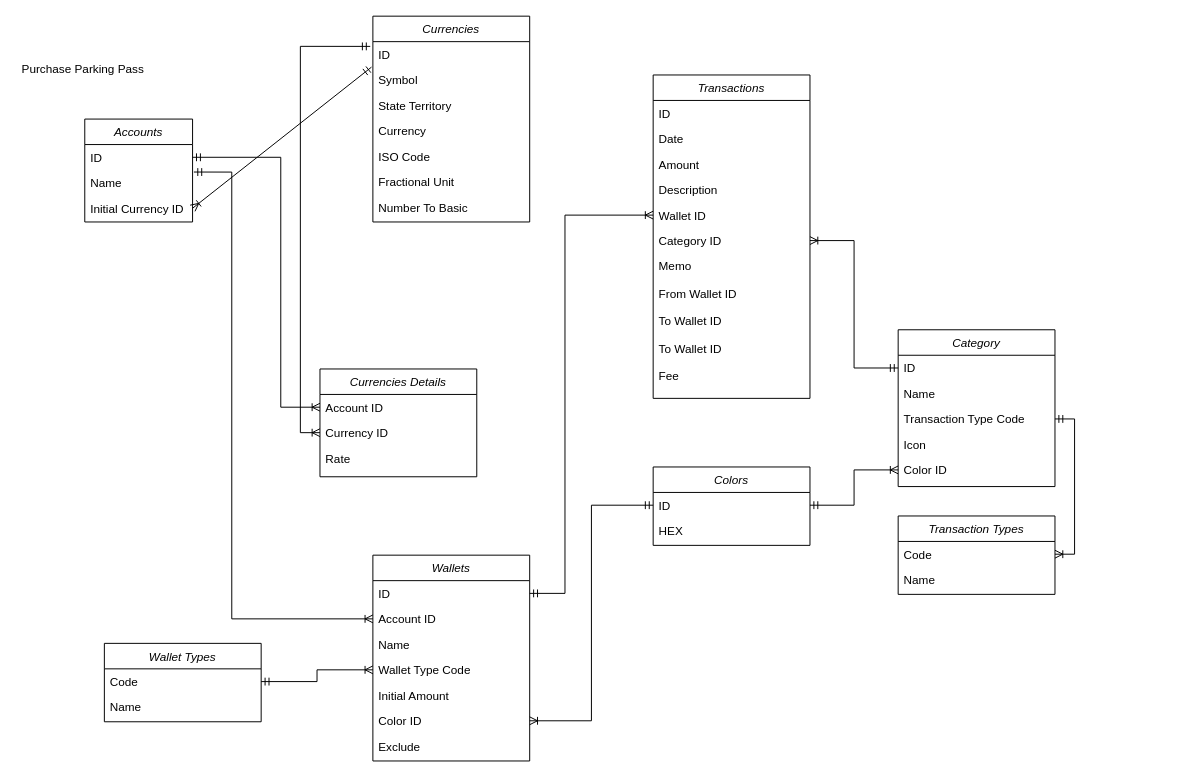
The draw.io diagram resources/images/Diagram.drawio in nguyentruongterabyte/BucketManagerBackend, before the edit. Source tidied: cells renumbered, new cells numbered last; positions are measured from the earlier drawing's top-left corner, leaving out a move shared by most shapes. Both pictures are drawn from the tidied source at 98%, with x=0, y=0 at pixel (16, 16).
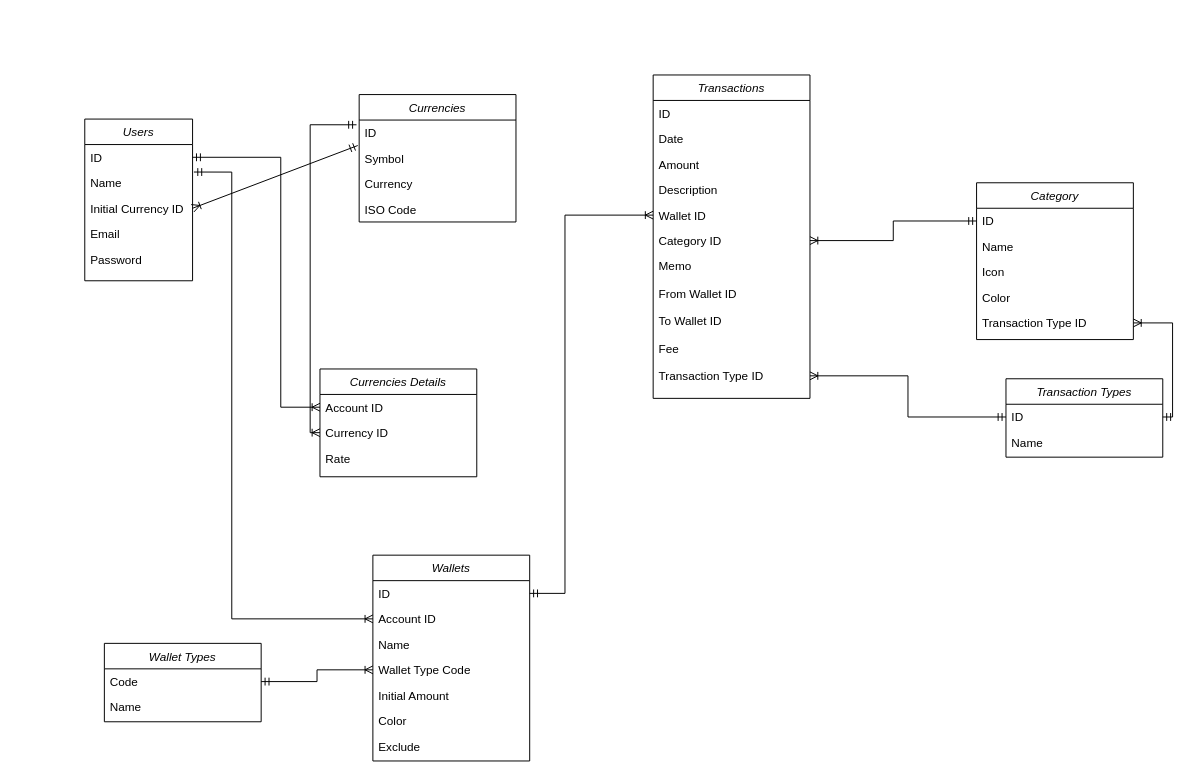
The same diagram, later.

The change refers to these unchanged cells:
```xml
<mxCell id="3" value="ID" style="text;align=left;verticalAlign=top;spacingLeft=4;spacingRight=4;overflow=hidden;points=[[0,0.5],[1,0.5]];portConstraint=eastwest;" parent="2" vertex="1">
  <mxGeometry y="26" width="160" height="26" as="geometry" />
</mxCell>
<mxCell id="11" value="Wallets" style="swimlane;fontStyle=2;align=center;verticalAlign=top;horizontal=1;startSize=26;rounded=0;shadow=0;strokeWidth=1;" parent="1" vertex="1">
  <mxGeometry x="364" y="550" width="160" height="210" as="geometry" />
</mxCell>
<mxCell id="35" value="Transactions" style="swimlane;fontStyle=2;align=center;verticalAlign=top;horizontal=1;startSize=26;rounded=0;shadow=0;strokeWidth=1;" parent="1" vertex="1">
  <mxGeometry x="650" y="60" width="160" height="330" as="geometry" />
</mxCell>
<mxCell id="53" value="Currency ID" style="text;align=left;verticalAlign=top;spacingLeft=4;spacingRight=4;overflow=hidden;points=[[0,0.5],[1,0.5]];portConstraint=eastwest;rounded=0;shadow=0;html=0;" parent="51" vertex="1">
  <mxGeometry y="52" width="160" height="26" as="geometry" />
</mxCell>
```

Change to the diagram source:
```diff
@@
     <mxCell id="2" value="Currencies&#10;" style="swimlane;fontStyle=2;align=center;verticalAlign=top;horizontal=1;startSize=26;rounded=0;shadow=0;strokeWidth=1;" parent="1" vertex="1">
-      <mxGeometry x="364" width="160" height="210" as="geometry" />
+      <mxGeometry x="350" y="80" width="160" height="130" as="geometry" />
     </mxCell>
@@
-    <mxCell id="5" value="State Territory" style="text;align=left;verticalAlign=top;spacingLeft=4;spacingRight=4;overflow=hidden;rounded=0;shadow=0;html=0;" parent="2" vertex="1">
-      <mxGeometry y="78" width="160" height="26" as="geometry" />
-    </mxCell>
     <mxCell id="6" value="Currency" style="text;align=left;verticalAlign=top;spacingLeft=4;spacingRight=4;overflow=hidden;rounded=0;shadow=0;html=0;" parent="2" vertex="1">
-      <mxGeometry y="104" width="160" height="26" as="geometry" />
+      <mxGeometry y="78" width="160" height="26" as="geometry" />
     </mxCell>
     <mxCell id="7" value="ISO Code" style="text;align=left;verticalAlign=top;spacingLeft=4;spacingRight=4;overflow=hidden;rounded=0;shadow=0;html=0;" parent="2" vertex="1">
-      <mxGeometry y="130" width="160" height="26" as="geometry" />
+      <mxGeometry y="104" width="160" height="26" as="geometry" />
     </mxCell>
-    <mxCell id="8" value="Fractional Unit" style="text;align=left;verticalAlign=top;spacingLeft=4;spacingRight=4;overflow=hidden;rounded=0;shadow=0;html=0;" parent="2" vertex="1">
-      <mxGeometry y="156" width="160" height="26" as="geometry" />
-    </mxCell>
-    <mxCell id="9" value="Number To Basic" style="text;align=left;verticalAlign=top;spacingLeft=4;spacingRight=4;overflow=hidden;rounded=0;shadow=0;html=0;" parent="2" vertex="1">
-      <mxGeometry y="182" width="160" height="26" as="geometry" />
-    </mxCell>
-    <mxCell id="10" value="Purchase Parking Pass" style="text;align=left;verticalAlign=top;spacingLeft=4;spacingRight=4;overflow=hidden;" parent="1" vertex="1">
-      <mxGeometry y="40" width="160" height="40" as="geometry" />
-    </mxCell>
@@
-    <mxCell id="17" value="Color ID" style="text;align=left;verticalAlign=top;spacingLeft=4;spacingRight=4;overflow=hidden;points=[[0,0.5],[1,0.5]];portConstraint=eastwest;rounded=0;shadow=0;html=0;" parent="11" vertex="1">
+    <mxCell id="17" value="Color" style="text;align=left;verticalAlign=top;spacingLeft=4;spacingRight=4;overflow=hidden;points=[[0,0.5],[1,0.5]];portConstraint=eastwest;rounded=0;shadow=0;html=0;" parent="11" vertex="1">
       <mxGeometry y="156" width="160" height="26" as="geometry" />
     </mxCell>
@@
-    <mxCell id="22" value="Accounts" style="swimlane;fontStyle=2;align=center;verticalAlign=top;horizontal=1;startSize=26;rounded=0;shadow=0;strokeWidth=1;" parent="1" vertex="1">
-      <mxGeometry x="70" y="105" width="110" height="105" as="geometry" />
+    <mxCell id="22" value="Users&#10;" style="swimlane;fontStyle=2;align=center;verticalAlign=top;horizontal=1;startSize=26;rounded=0;shadow=0;strokeWidth=1;" parent="1" vertex="1">
+      <mxGeometry x="70" y="105" width="110" height="165" as="geometry" />
     </mxCell>
@@
+    <mxCell id="64" value="Email" style="text;align=left;verticalAlign=top;spacingLeft=4;spacingRight=4;overflow=hidden;rounded=0;shadow=0;html=0;" parent="22" vertex="1">
+      <mxGeometry y="104" width="110" height="26" as="geometry" />
+    </mxCell>
+    <mxCell id="65" value="Password" style="text;align=left;verticalAlign=top;spacingLeft=4;spacingRight=4;overflow=hidden;rounded=0;shadow=0;html=0;" parent="22" vertex="1">
+      <mxGeometry y="130" width="110" height="26" as="geometry" />
+    </mxCell>
     <mxCell id="26" value="Category" style="swimlane;fontStyle=2;align=center;verticalAlign=top;horizontal=1;startSize=26;rounded=0;shadow=0;strokeWidth=1;" parent="1" vertex="1">
-      <mxGeometry x="900" y="320" width="160" height="160" as="geometry" />
+      <mxGeometry x="980" y="170" width="160" height="160" as="geometry" />
     </mxCell>
@@
-    <mxCell id="29" value="Transaction Type Code" style="text;align=left;verticalAlign=top;spacingLeft=4;spacingRight=4;overflow=hidden;points=[[0,0.5],[1,0.5]];portConstraint=eastwest;rounded=0;shadow=0;html=0;" parent="26" vertex="1">
-      <mxGeometry y="78" width="160" height="26" as="geometry" />
-    </mxCell>
     <mxCell id="30" value="Icon" style="text;align=left;verticalAlign=top;spacingLeft=4;spacingRight=4;overflow=hidden;rounded=0;shadow=0;html=0;" parent="26" vertex="1">
-      <mxGeometry y="104" width="160" height="26" as="geometry" />
+      <mxGeometry y="78" width="160" height="26" as="geometry" />
     </mxCell>
-    <mxCell id="31" value="Color ID" style="text;align=left;verticalAlign=top;spacingLeft=4;spacingRight=4;overflow=hidden;points=[[0,0.5],[1,0.5]];portConstraint=eastwest;rounded=0;shadow=0;html=0;" parent="26" vertex="1">
-      <mxGeometry y="130" width="160" height="26" as="geometry" />
+    <mxCell id="31" value="Color&#10;" style="text;align=left;verticalAlign=top;spacingLeft=4;spacingRight=4;overflow=hidden;points=[[0,0.5],[1,0.5]];portConstraint=eastwest;rounded=0;shadow=0;html=0;" parent="26" vertex="1">
+      <mxGeometry y="104" width="160" height="26" as="geometry" />
     </mxCell>
-    <mxCell id="32" value="Colors" style="swimlane;fontStyle=2;align=center;verticalAlign=top;horizontal=1;startSize=26;rounded=0;shadow=0;strokeWidth=1;" parent="1" vertex="1">
-      <mxGeometry x="650" y="460" width="160" height="80" as="geometry" />
-    </mxCell>
-    <mxCell id="33" value="ID" style="text;align=left;verticalAlign=top;spacingLeft=4;spacingRight=4;overflow=hidden;points=[[0,0.5],[1,0.5]];portConstraint=eastwest;" parent="32" vertex="1">
-      <mxGeometry y="26" width="160" height="26" as="geometry" />
-    </mxCell>
-    <mxCell id="34" value="HEX" style="text;align=left;verticalAlign=top;spacingLeft=4;spacingRight=4;overflow=hidden;rounded=0;shadow=0;html=0;" parent="32" vertex="1">
-      <mxGeometry y="52" width="160" height="26" as="geometry" />
-    </mxCell>
+    <mxCell id="66" value="Transaction Type ID" style="text;align=left;verticalAlign=top;spacingLeft=4;spacingRight=4;overflow=hidden;points=[[0,0.5],[1,0.5]];portConstraint=eastwest;rounded=0;shadow=0;html=0;" parent="26" vertex="1">
+      <mxGeometry y="130" width="160" height="26" as="geometry" />
+    </mxCell>
@@
-    <mxCell id="45" value="To Wallet ID" style="text;align=left;verticalAlign=top;spacingLeft=4;spacingRight=4;overflow=hidden;rounded=0;shadow=0;html=0;" parent="35" vertex="1">
-      <mxGeometry y="266" width="160" height="28" as="geometry" />
-    </mxCell>
     <mxCell id="46" value="Fee" style="text;align=left;verticalAlign=top;spacingLeft=4;spacingRight=4;overflow=hidden;rounded=0;shadow=0;html=0;" parent="35" vertex="1">
-      <mxGeometry y="294" width="160" height="28" as="geometry" />
+      <mxGeometry y="266" width="160" height="28" as="geometry" />
     </mxCell>
+    <mxCell id="29" value="Transaction Type ID" style="text;align=left;verticalAlign=top;spacingLeft=4;spacingRight=4;overflow=hidden;points=[[0,0.5],[1,0.5]];portConstraint=eastwest;rounded=0;shadow=0;html=0;" parent="35" vertex="1">
+      <mxGeometry y="294" width="160" height="26" as="geometry" />
+    </mxCell>
     <mxCell id="47" value="Transaction Types" style="swimlane;fontStyle=2;align=center;verticalAlign=top;horizontal=1;startSize=26;rounded=0;shadow=0;strokeWidth=1;" parent="1" vertex="1">
-      <mxGeometry x="900" y="510" width="160" height="80" as="geometry" />
+      <mxGeometry x="1010" y="370" width="160" height="80" as="geometry" />
     </mxCell>
-    <mxCell id="48" value="Code" style="text;align=left;verticalAlign=top;spacingLeft=4;spacingRight=4;overflow=hidden;points=[[0,0.5],[1,0.5]];portConstraint=eastwest;" parent="47" vertex="1">
+    <mxCell id="48" value="ID" style="text;align=left;verticalAlign=top;spacingLeft=4;spacingRight=4;overflow=hidden;points=[[0,0.5],[1,0.5]];portConstraint=eastwest;" parent="47" vertex="1">
       <mxGeometry y="26" width="160" height="26" as="geometry" />
     </mxCell>
@@
-    <mxCell id="50" style="edgeStyle=elbowEdgeStyle;fontSize=12;html=1;endArrow=ERoneToMany;startArrow=ERmandOne;rounded=0;exitX=1;exitY=0.5;exitDx=0;exitDy=0;entryX=1;entryY=0.5;entryDx=0;entryDy=0;" parent="1" edge="1" source="29" target="48">
-      <mxGeometry relative="1" as="geometry">
-        <Array as="points">
-          <mxPoint x="1080" y="510" />
-        </Array>
-      </mxGeometry>
-    </mxCell>
@@
-    <mxCell id="58" style="fontSize=12;html=1;endArrow=ERoneToMany;startArrow=ERmandOne;rounded=0;elbow=vertical;entryX=1;entryY=0.5;entryDx=0;entryDy=0;exitX=0;exitY=0.5;exitDx=0;exitDy=0;edgeStyle=orthogonalEdgeStyle;" parent="1" edge="1" source="33" target="17">
-      <mxGeometry relative="1" as="geometry" />
-    </mxCell>
-    <mxCell id="59" style="fontSize=12;html=1;endArrow=ERoneToMany;startArrow=ERmandOne;rounded=0;elbow=vertical;exitX=1;exitY=0.5;exitDx=0;exitDy=0;entryX=0;entryY=0.5;entryDx=0;entryDy=0;edgeStyle=orthogonalEdgeStyle;" parent="1" edge="1" source="33" target="31">
-      <mxGeometry relative="1" as="geometry" />
-    </mxCell>
@@
-    <mxCell id="61" style="fontSize=12;html=1;endArrow=ERoneToMany;startArrow=ERmandOne;rounded=0;elbow=vertical;exitX=-0.017;exitY=0.186;exitDx=0;exitDy=0;entryX=0;entryY=0.5;entryDx=0;entryDy=0;edgeStyle=orthogonalEdgeStyle;exitPerimeter=0;" parent="1" edge="1" source="3" target="53">
-      <mxGeometry relative="1" as="geometry">
-        <Array as="points">
-          <mxPoint x="290" y="31" />
-          <mxPoint x="290" y="425" />
-        </Array>
-      </mxGeometry>
+    <mxCell id="61" style="fontSize=12;html=1;endArrow=ERoneToMany;startArrow=ERmandOne;rounded=0;elbow=vertical;exitX=-0.017;exitY=0.186;exitDx=0;exitDy=0;entryX=0;entryY=0.5;entryDx=0;entryDy=0;exitPerimeter=0;edgeStyle=orthogonalEdgeStyle;" parent="1" edge="1" source="3" target="53">
+      <mxGeometry relative="1" as="geometry" />
     </mxCell>
@@
+    <mxCell id="50" style="fontSize=12;html=1;endArrow=ERoneToMany;startArrow=ERmandOne;rounded=0;exitX=0;exitY=0.5;exitDx=0;exitDy=0;entryX=1;entryY=0.5;entryDx=0;entryDy=0;edgeStyle=orthogonalEdgeStyle;" parent="1" edge="1" source="48" target="29">
+      <mxGeometry relative="1" as="geometry" />
+    </mxCell>
+    <mxCell id="67" style="fontSize=12;html=1;endArrow=ERoneToMany;startArrow=ERmandOne;rounded=0;exitX=1;exitY=0.5;exitDx=0;exitDy=0;entryX=1;entryY=0.5;entryDx=0;entryDy=0;edgeStyle=orthogonalEdgeStyle;" parent="1" edge="1" source="48" target="66">
+      <mxGeometry relative="1" as="geometry" />
+    </mxCell>
```
